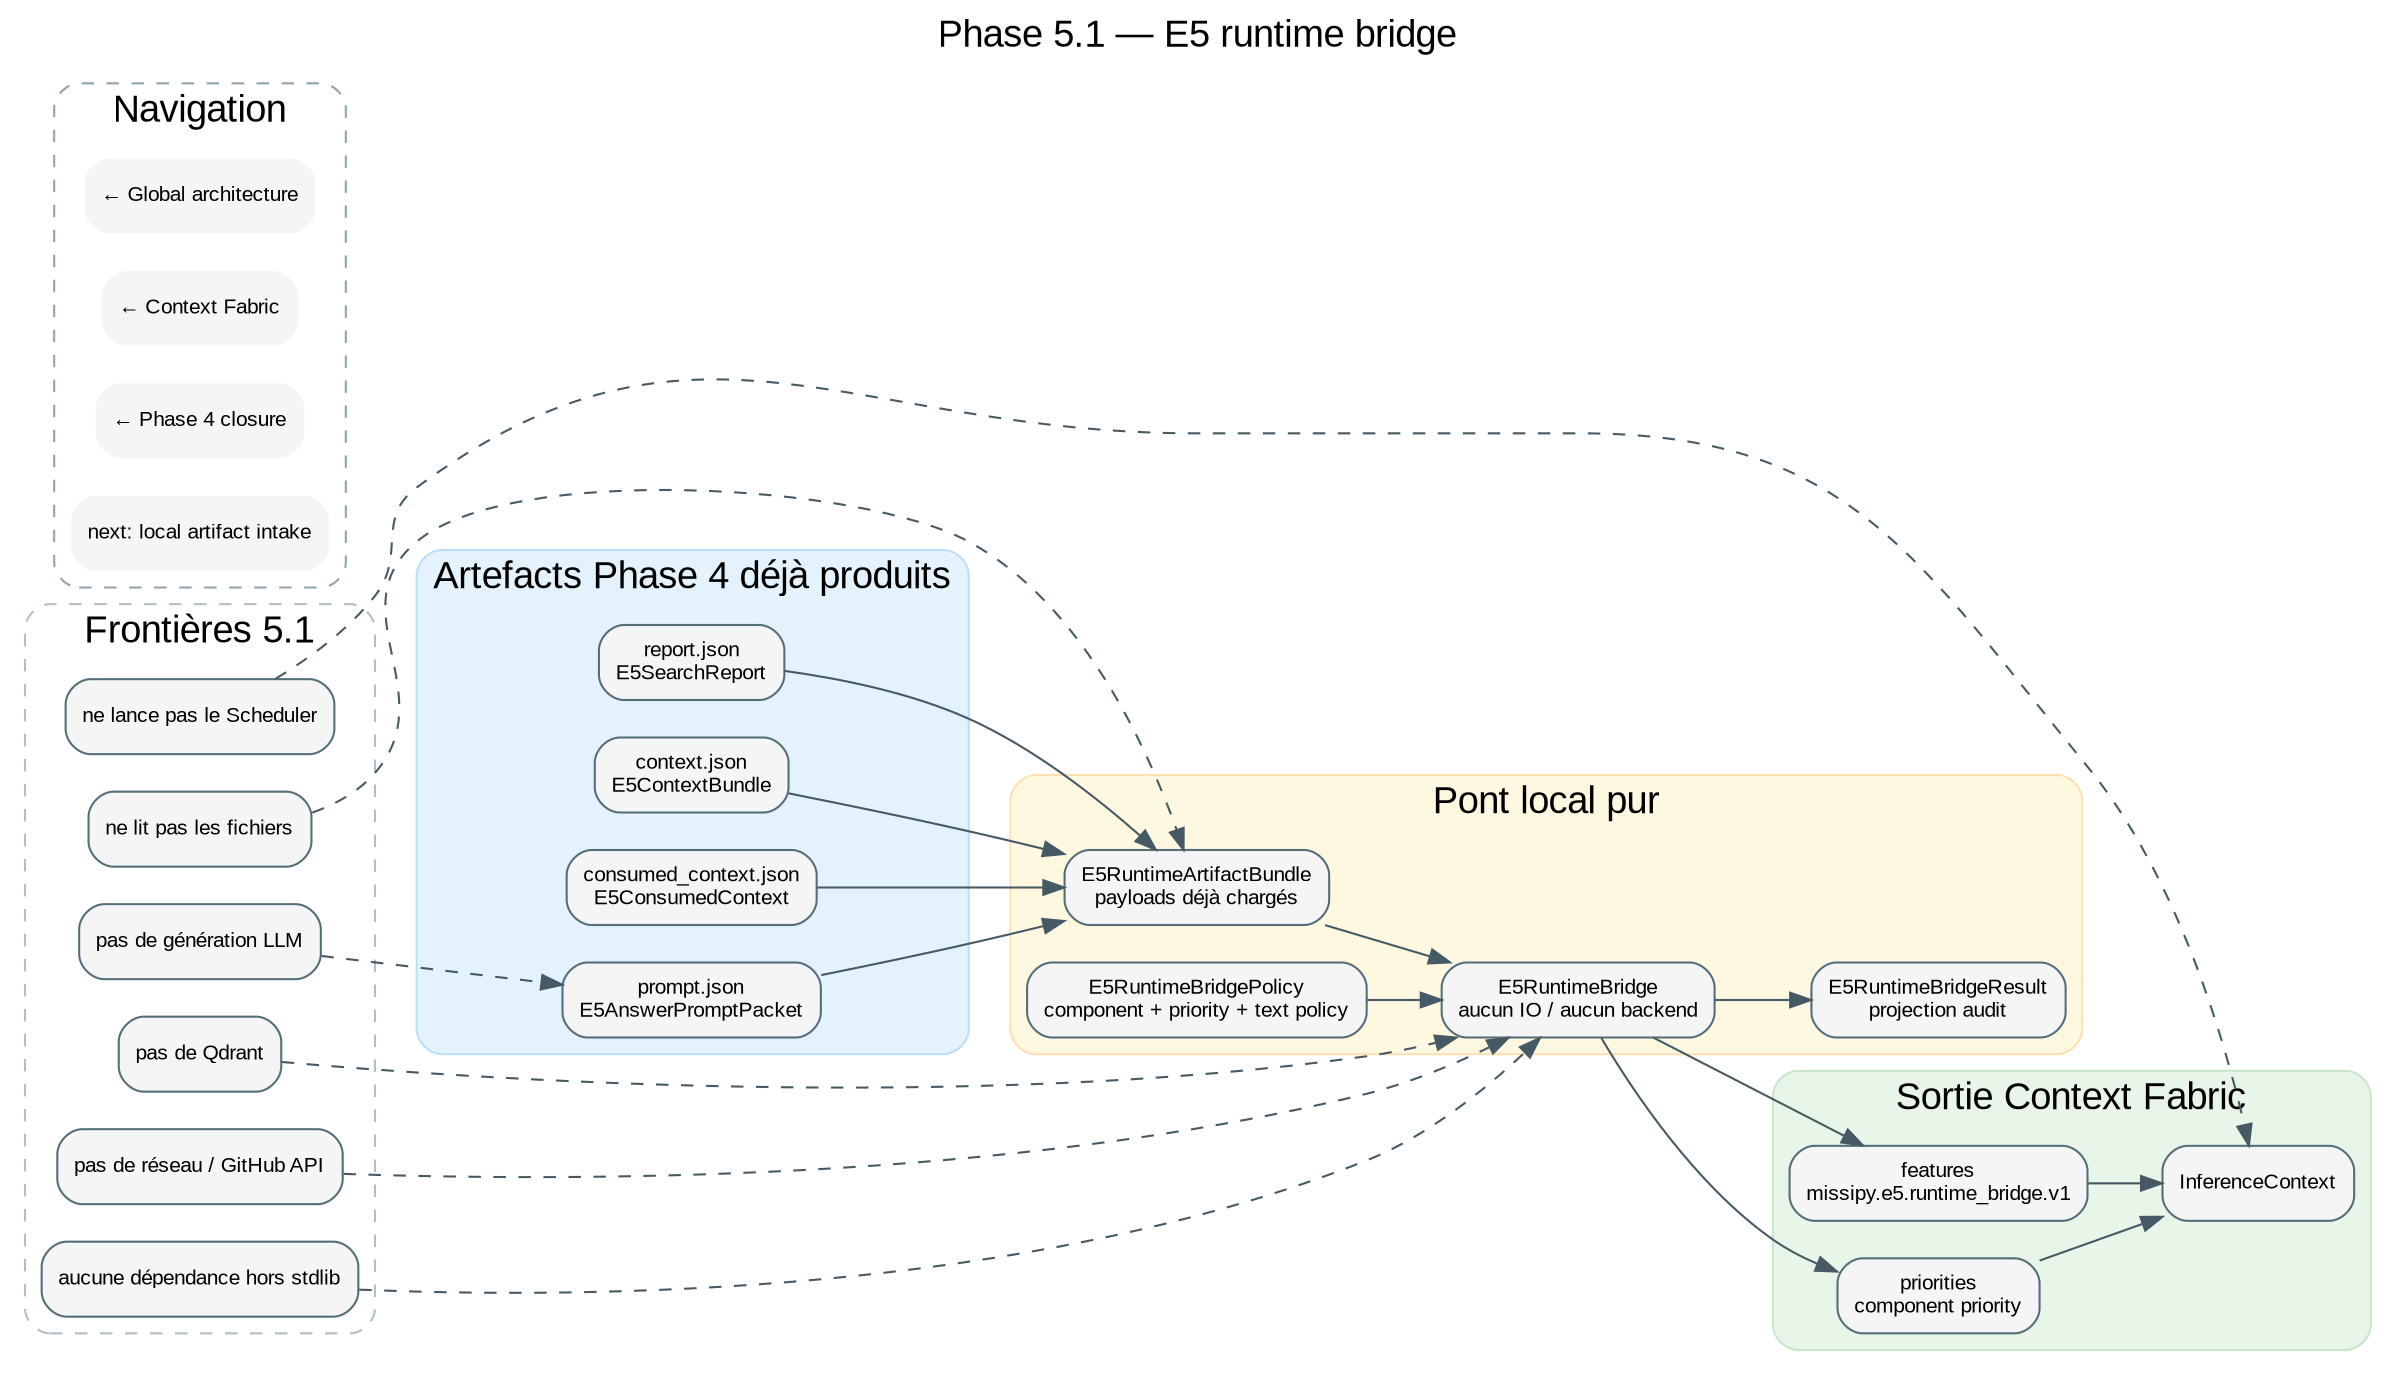
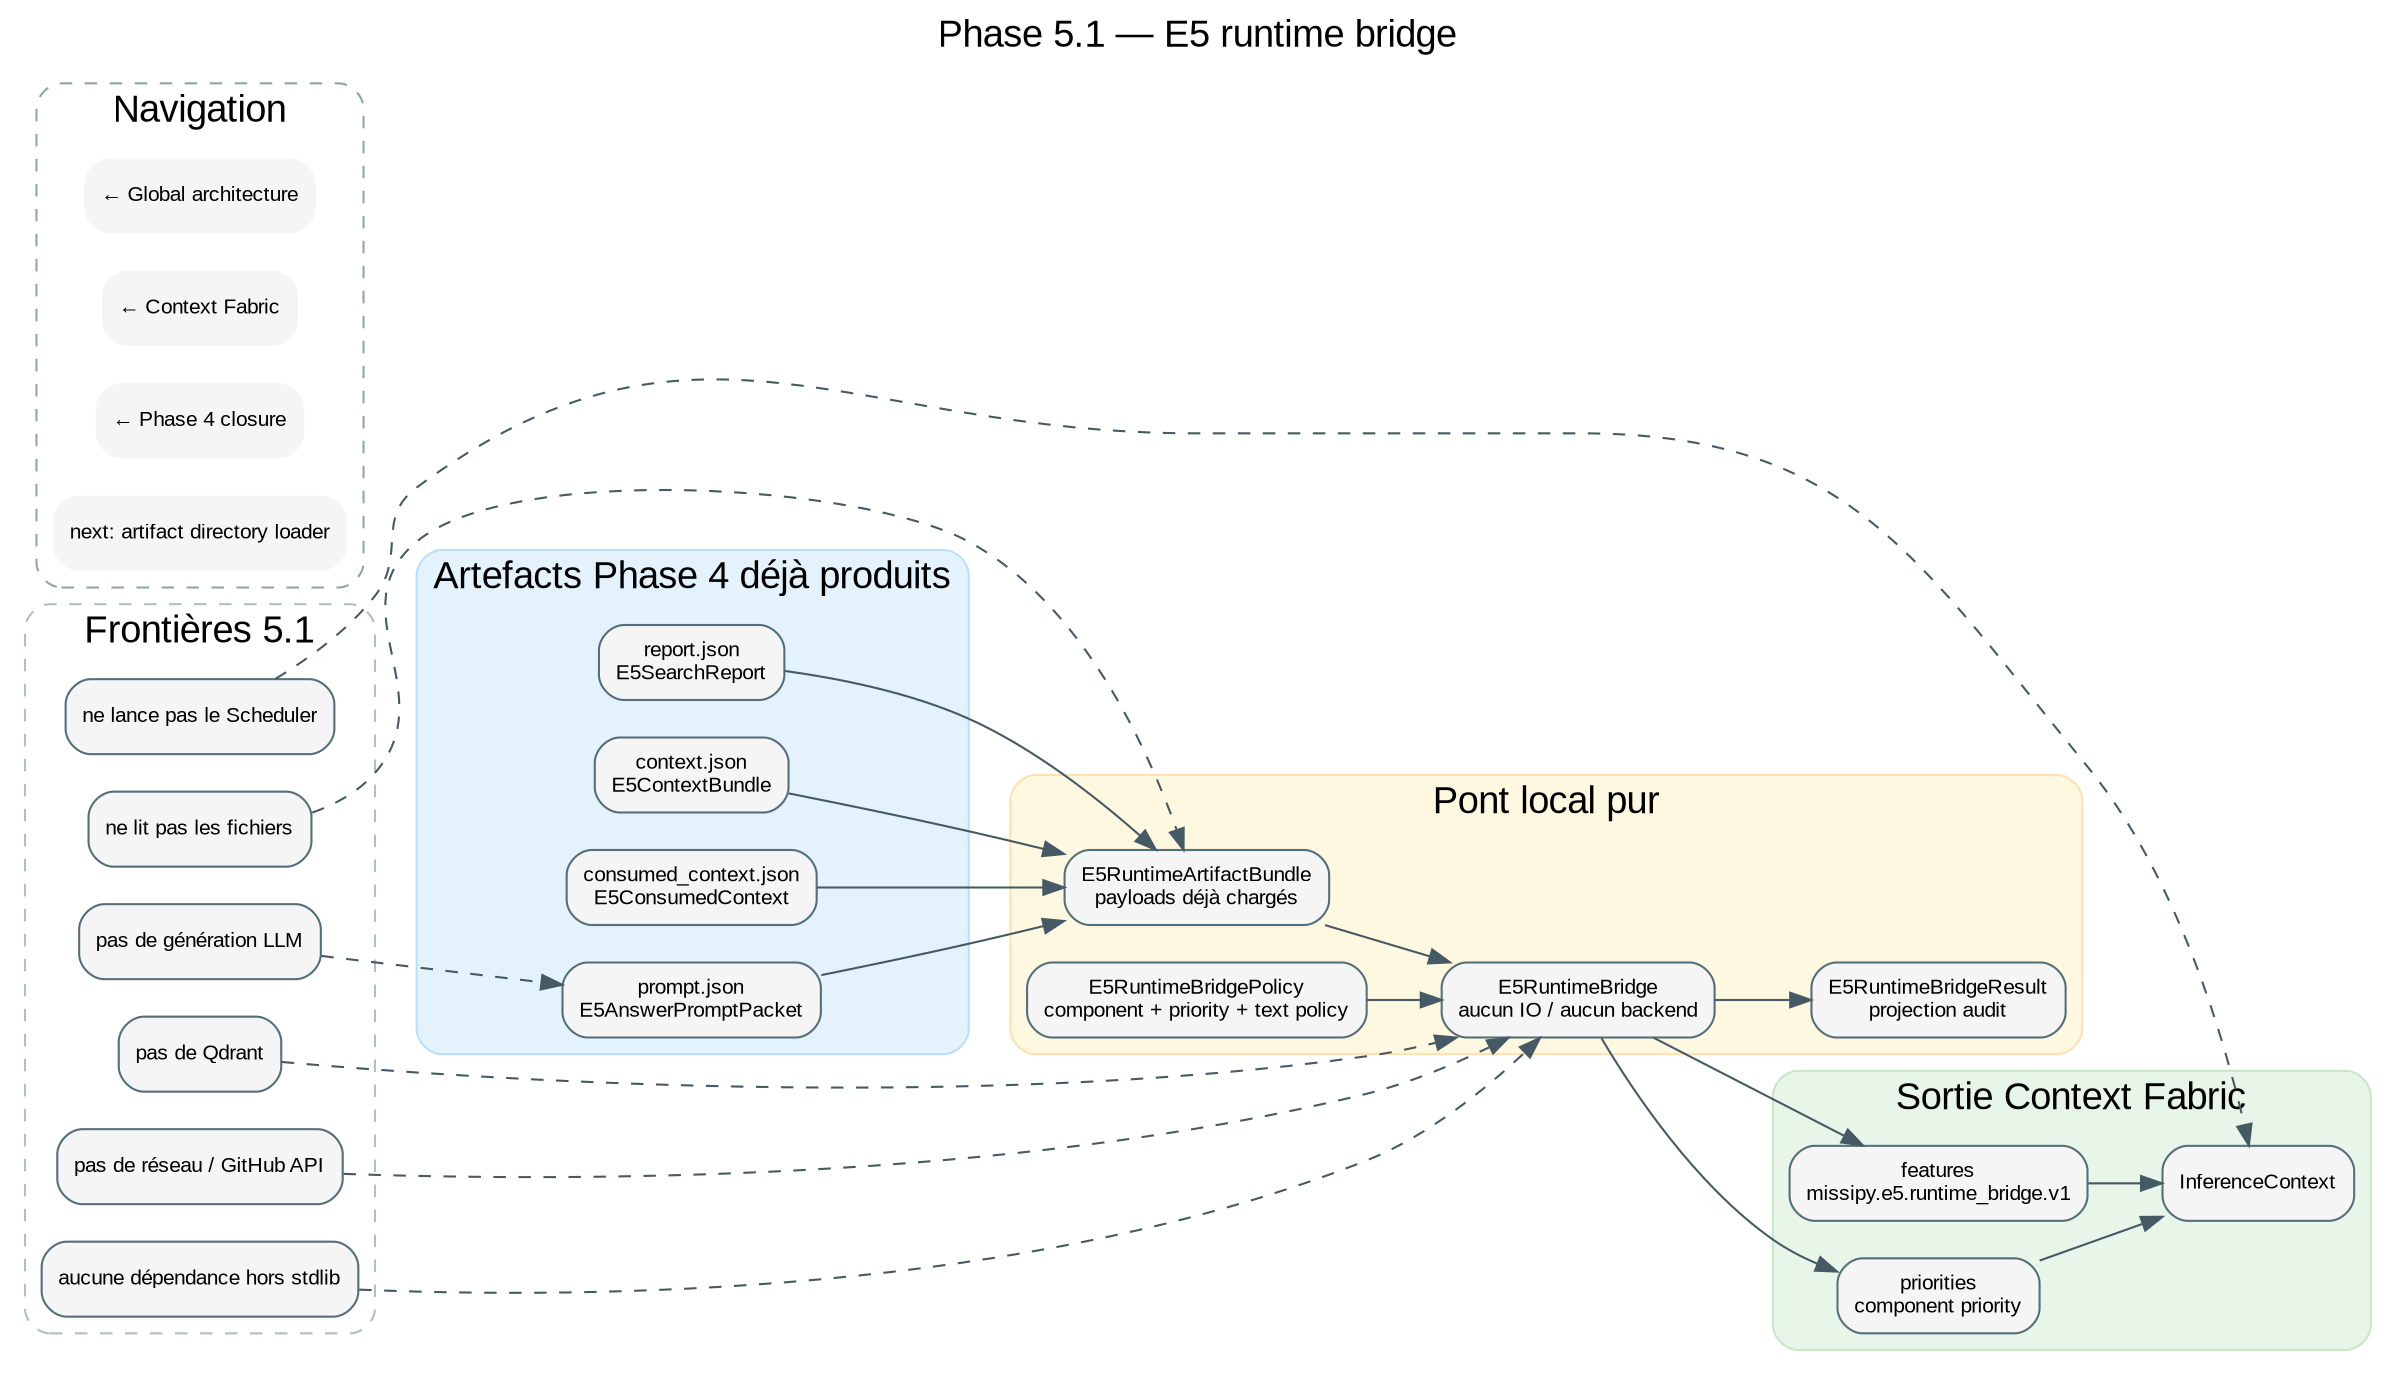
digraph E5RuntimeBridge {
  graph [
    label="Phase 5.1 — E5 runtime bridge",
    labelloc=t,
    fontsize=18,
    fontname="Arial",
    rankdir=LR,
    bgcolor="#ffffff"
  ];

  node [shape=box, style="rounded,filled", fontname="Arial", fontsize=10, fillcolor="#f5f5f5", color="#546e7a"];
  edge [fontname="Arial", fontsize=9, color="#455a64"];

  // ROADMAP_PARENT: inference/74_e5_phase4_closure.dot

  subgraph cluster_inputs {
    label="Artefacts Phase 4 déjà produits";
    style="rounded,filled";
    color="#bbdefb";
    fillcolor="#e3f2fd";

    Report [label="report.json\nE5SearchReport"];
    Bundle [label="context.json\nE5ContextBundle"];
    Consumed [label="consumed_context.json\nE5ConsumedContext"];
    Prompt [label="prompt.json\nE5AnswerPromptPacket"];
  }

  subgraph cluster_bridge {
    label="Pont local pur";
    style="rounded,filled";
    color="#ffe0b2";
    fillcolor="#fff8e1";

    ArtifactBundle [label="E5RuntimeArtifactBundle\npayloads déjà chargés"];
    Policy [label="E5RuntimeBridgePolicy\ncomponent + priority + text policy"];
    Bridge [label="E5RuntimeBridge\naucun IO / aucun backend"];
    Result [label="E5RuntimeBridgeResult\nprojection audit"];
  }

  subgraph cluster_output {
    label="Sortie Context Fabric";
    style="rounded,filled";
    color="#c8e6c9";
    fillcolor="#e8f5e9";

    Features [label="features\nmissipy.e5.runtime_bridge.v1"];
    Priorities [label="priorities\ncomponent priority"];
    InferenceContext [label="InferenceContext", URL="20_context.svg"];
  }

  subgraph cluster_boundaries {
    label="Frontières 5.1";
    style="rounded,dashed";
    color="#b0bec5";

    NoRead [label="ne lit pas les fichiers"];
    NoScheduler [label="ne lance pas le Scheduler"];
    NoQdrant [label="pas de Qdrant"];
    NoNetwork [label="pas de réseau / GitHub API"];
    NoLLM [label="pas de génération LLM"];
    Stdlib [label="aucune dépendance hors stdlib"];
  }

  Report -> ArtifactBundle;
  Bundle -> ArtifactBundle;
  Consumed -> ArtifactBundle;
  Prompt -> ArtifactBundle;

  ArtifactBundle -> Bridge;
  Policy -> Bridge;
  Bridge -> Result;
  Bridge -> Features;
  Bridge -> Priorities;
  Features -> InferenceContext;
  Priorities -> InferenceContext;

  NoRead -> ArtifactBundle [style=dashed];
  NoScheduler -> InferenceContext [style=dashed];
  NoQdrant -> Bridge [style=dashed];
  NoNetwork -> Bridge [style=dashed];
  NoLLM -> Prompt [style=dashed];
  Stdlib -> Bridge [style=dashed];

  subgraph cluster_navigation {
    label="Navigation";
    style="rounded,dashed";
    color="#90a4ae";

    Global [label="← Global architecture", shape=plaintext, URL="../00_global.svg"];
    Context [label="← Context Fabric", shape=plaintext, URL="20_context.svg"];
    Parent [label="← Phase 4 closure", shape=plaintext, URL="../inference/74_e5_phase4_closure.svg"];
-     Next [label="next: local artifact intake", shape=plaintext];
+     Next [label="next: artifact directory loader", shape=plaintext, URL="26_e5_artifact_directory_loader.svg"];
  }

  // HTML_DETAIL[phase5_1]: Le pont convertit des artefacts E5 déjà chargés en InferenceContext ; il ne lit pas de fichiers, ne déclenche aucun Scheduler et n'appelle aucun backend.
}
